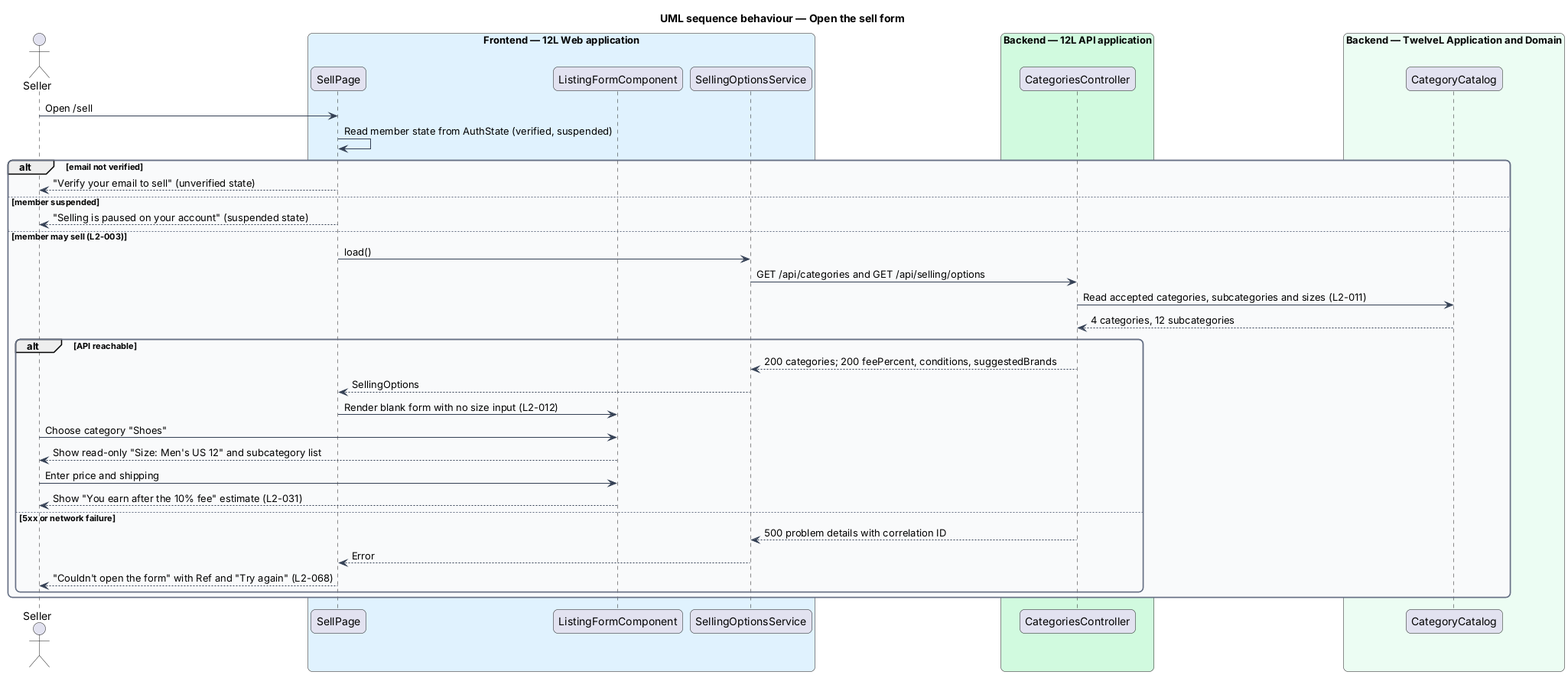
QuinntyneBrown/12l keeps this PlantUML diagram as docs/detailed-designs/listings/create-listing/diagrams/sequence-open-sell-form.png. Above is the earlier version.
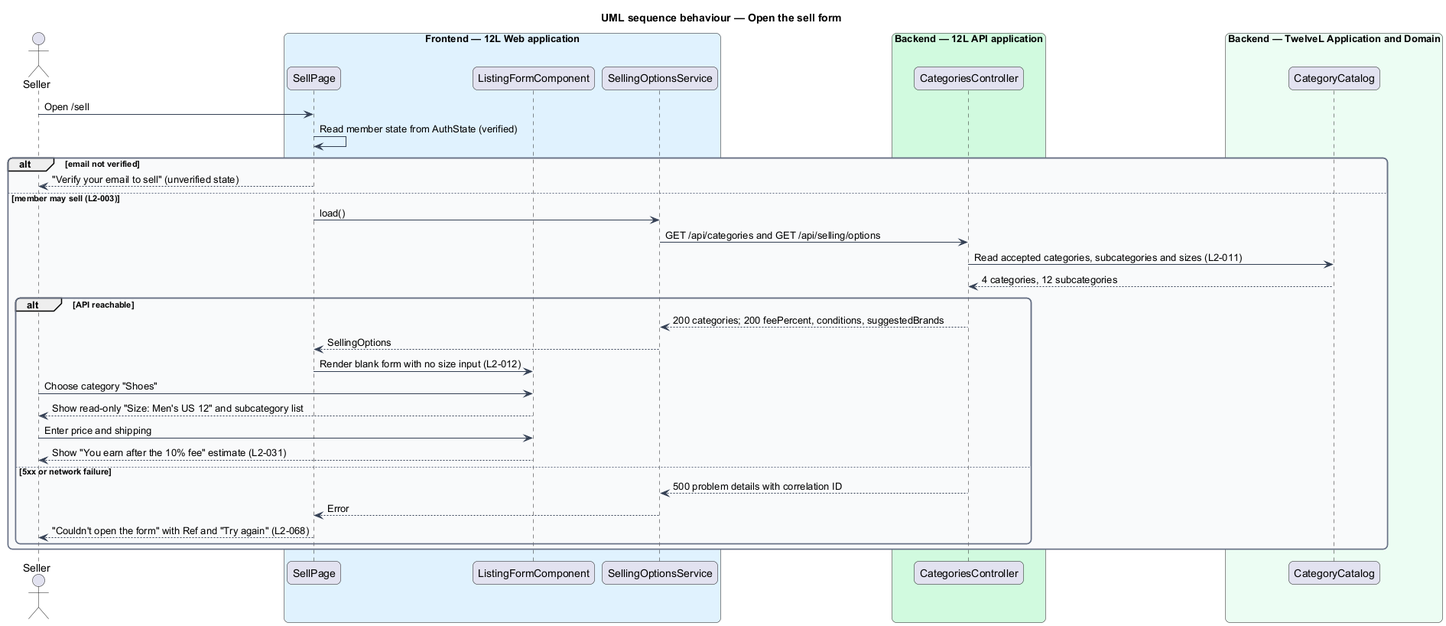
Later version of the same file.

The edit, as a diff of the source:
```diff
@@ -27,11 +27,9 @@
   participant "CategoryCatalog" as catalog
 end box
 actor -> page : Open /sell
-page -> page : Read member state from AuthState (verified, suspended)
+page -> page : Read member state from AuthState (verified)
 alt email not verified
   page --> actor : "Verify your email to sell" (unverified state)
-else member suspended
-  page --> actor : "Selling is paused on your account" (suspended state)
 else member may sell (L2-003)
   page -> opts : load()
   opts -> ctrl : GET /api/categories and GET /api/selling/options
```
